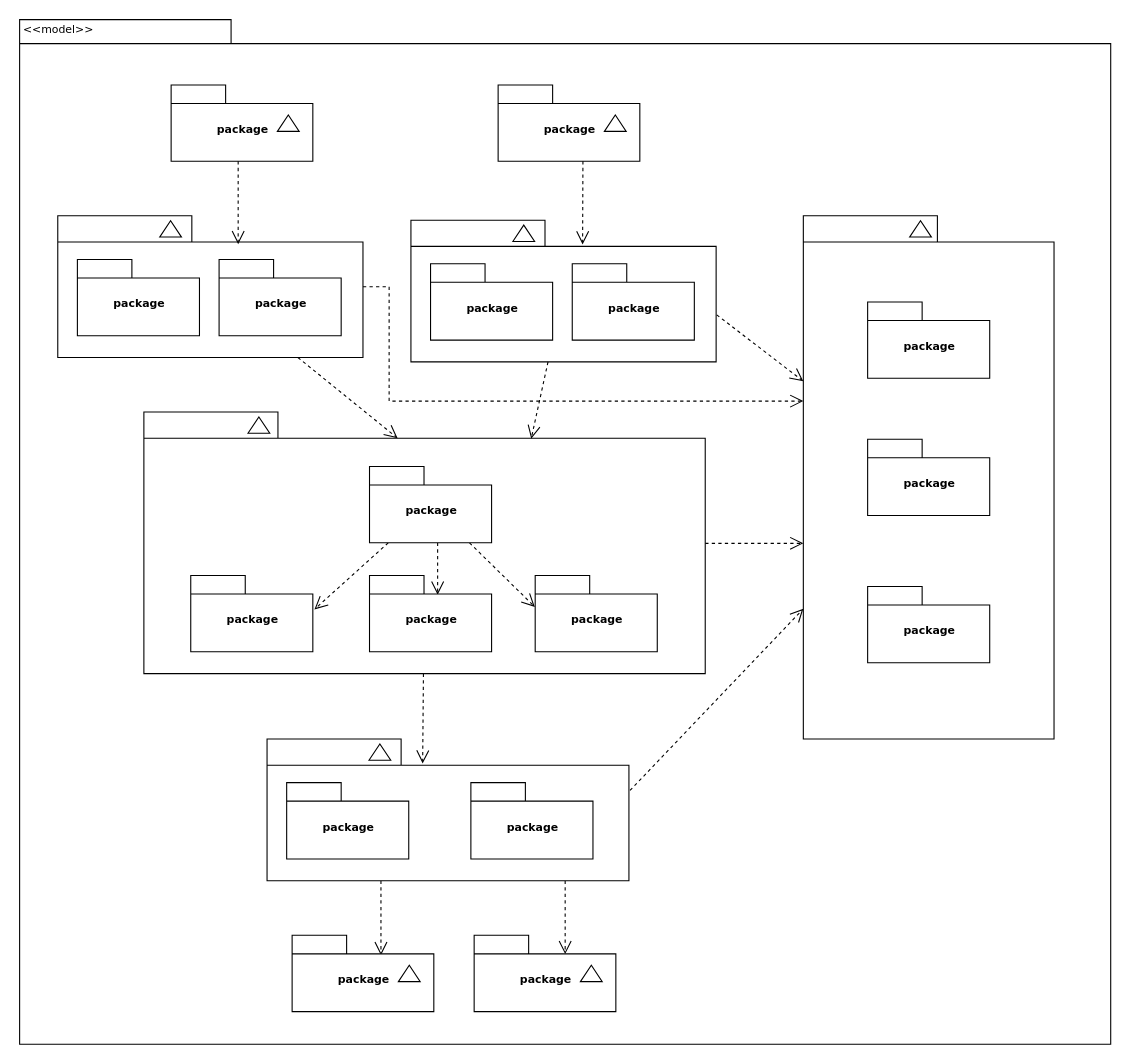
Freckles6/hello-world keeps this draw.io diagram as Diagramme sans nom.drawio. Above is the earlier version. Source tidied: cells renumbered, new cells numbered last; positions are measured from the earlier drawing's top-left corner, leaving out a move shared by most shapes. Both pictures are drawn from the tidied source at 109%, with x=0, y=0 at pixel (19, 19).
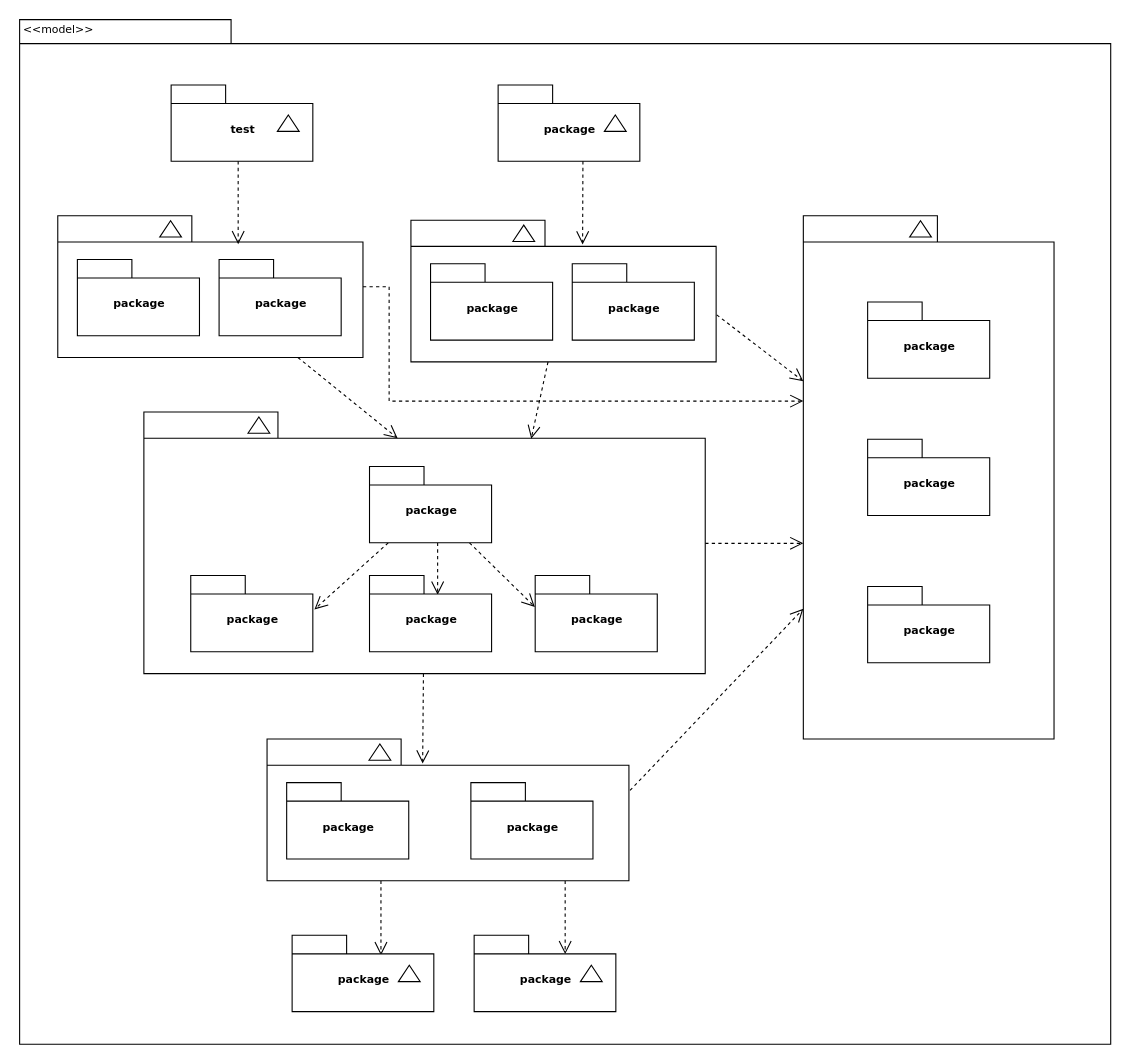
Above is the later version.

Commit message:
Mettre à jour Diagramme sans nom.drawio

The change refers to these unchanged cells:
```xml
<mxCell id="3" style="group;" parent="1" vertex="1">
  <mxGeometry x="139.5" y="60.5" width="130" height="70" as="geometry" />
</mxCell>
```

Change to the diagram source:
```diff
@@
-    <mxCell id="4" value="package" style="shape=folder;fontStyle=1;spacingTop=10;tabWidth=50;tabHeight=17;tabPosition=left;html=1;rounded=0;shadow=0;comic=0;labelBackgroundColor=none;strokeWidth=1;fontFamily=Verdana;fontSize=10;align=center;" parent="3" vertex="1">
+    <mxCell id="4" value="test" style="shape=folder;fontStyle=1;spacingTop=10;tabWidth=50;tabHeight=17;tabPosition=left;html=1;rounded=0;shadow=0;comic=0;labelBackgroundColor=none;strokeWidth=1;fontFamily=Verdana;fontSize=10;align=center;" parent="3" vertex="1">
       <mxGeometry width="130" height="70" as="geometry" />
     </mxCell>
```
